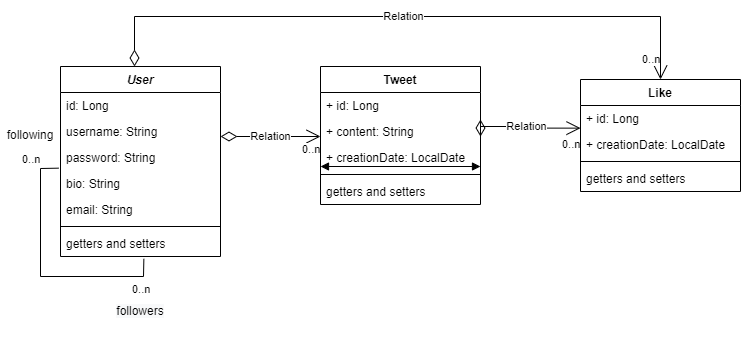
Earlier version of the draw.io export img/twitterClone.drawio.png (oscaru21/twitter-clone). Source tidied: cells renumbered, new cells last; positions are measured from the earlier drawing's top-left corner, leaving out a move shared by most shapes. The source it was exported from:
```xml
<mxGraphModel>
  <root>
    <mxCell id="0" />
    <mxCell id="1" parent="0" />
    <mxCell id="2" value="User" style="swimlane;fontStyle=3;align=center;verticalAlign=top;horizontal=1;startSize=26;rounded=0;shadow=0;strokeWidth=1;" parent="1" vertex="1">
      <mxGeometry x="60" y="50" width="160" height="190" as="geometry" />
    </mxCell>
    <mxCell id="3" value="id: Long" style="text;align=left;verticalAlign=top;spacingLeft=4;spacingRight=4;overflow=hidden;" parent="2" vertex="1">
      <mxGeometry y="26" width="160" height="26" as="geometry" />
    </mxCell>
    <mxCell id="4" value="username: String" style="text;align=left;verticalAlign=top;spacingLeft=4;spacingRight=4;overflow=hidden;" parent="2" vertex="1">
      <mxGeometry y="52" width="160" height="26" as="geometry" />
    </mxCell>
    <mxCell id="5" value="password: String" style="text;align=left;verticalAlign=top;spacingLeft=4;spacingRight=4;overflow=hidden;points=[[0,0.5],[1,0.5]];portConstraint=eastwest;rounded=0;shadow=0;html=0;" parent="2" vertex="1">
      <mxGeometry y="78" width="160" height="26" as="geometry" />
    </mxCell>
    <mxCell id="6" value="bio: String" style="text;align=left;verticalAlign=top;spacingLeft=4;spacingRight=4;overflow=hidden;rounded=0;shadow=0;html=0;" parent="2" vertex="1">
      <mxGeometry y="104" width="160" height="26" as="geometry" />
    </mxCell>
    <mxCell id="7" value="email: String" style="text;align=left;verticalAlign=top;spacingLeft=4;spacingRight=4;overflow=hidden;rounded=0;shadow=0;html=0;" parent="2" vertex="1">
      <mxGeometry y="130" width="160" height="26" as="geometry" />
    </mxCell>
    <mxCell id="8" style="line;html=1;strokeWidth=1;align=left;verticalAlign=middle;spacingTop=-1;spacingLeft=3;spacingRight=3;labelPosition=right;" parent="2" vertex="1">
      <mxGeometry y="156" width="160" height="8" as="geometry" />
    </mxCell>
    <mxCell id="9" value="getters and setters" style="text;align=left;verticalAlign=top;spacingLeft=4;spacingRight=4;overflow=hidden;points=[[0,0.5],[1,0.5]];portConstraint=eastwest;" parent="2" vertex="1">
      <mxGeometry y="164" width="160" height="26" as="geometry" />
    </mxCell>
    <mxCell id="10" style="endArrow=none;startArrow=none;endFill=0;startFill=0;html=1;rounded=0;entryX=0.521;entryY=1.09;entryDx=0;entryDy=0;entryPerimeter=0;exitX=-0.012;exitY=0.91;exitDx=0;exitDy=0;exitPerimeter=0;" parent="2" edge="1" source="5" target="9">
      <mxGeometry relative="1" as="geometry">
        <Array as="points">
          <mxPoint x="-20" y="102" />
          <mxPoint x="-20" y="210" />
          <mxPoint x="83" y="210" />
        </Array>
      </mxGeometry>
    </mxCell>
    <mxCell id="11" value="Tweet" style="swimlane;fontStyle=1;align=center;verticalAlign=top;horizontal=1;startSize=26;" parent="1" vertex="1">
      <mxGeometry x="320" y="50" width="160" height="138" as="geometry" />
    </mxCell>
    <mxCell id="12" value="+ id: Long" style="text;strokeColor=none;fillColor=none;align=left;verticalAlign=top;spacingLeft=4;spacingRight=4;overflow=hidden;" parent="11" vertex="1">
      <mxGeometry y="26" width="160" height="26" as="geometry" />
    </mxCell>
    <mxCell id="13" value="+ content: String&#10;&#10;&lt;span style=&quot;color: rgb(0, 0, 0); font-family: helvetica; font-size: 12px; font-style: normal; font-weight: 400; letter-spacing: normal; text-align: left; text-indent: 0px; text-transform: none; word-spacing: 0px; background-color: rgb(248, 249, 250); display: inline; float: none;&quot;&gt;+ id: Long&lt;/span&gt;&#10;&#10;" style="text;strokeColor=none;fillColor=none;align=left;verticalAlign=top;spacingLeft=4;spacingRight=4;overflow=hidden;" parent="11" vertex="1">
      <mxGeometry y="52" width="160" height="26" as="geometry" />
    </mxCell>
    <mxCell id="14" value="Relation" style="endArrow=open;html=1;endSize=12;startArrow=diamondThin;startSize=14;startFill=0;edgeStyle=orthogonalEdgeStyle;rounded=0;" parent="11" edge="1">
      <mxGeometry relative="1" as="geometry">
        <mxPoint x="-100" y="70" as="sourcePoint" />
        <mxPoint y="70" as="targetPoint" />
      </mxGeometry>
    </mxCell>
    <mxCell id="15" value="0..n" style="edgeLabel;html=1;align=left;verticalAlign=top;" parent="14" vertex="1">
      <mxGeometry x="-1" relative="1" as="geometry">
        <mxPoint x="80" as="offset" />
      </mxGeometry>
    </mxCell>
    <mxCell id="16" value="+ creationDate: LocalDate" style="text;strokeColor=none;fillColor=none;align=left;verticalAlign=top;spacingLeft=4;spacingRight=4;overflow=hidden;" parent="11" vertex="1">
      <mxGeometry y="78" width="160" height="26" as="geometry" />
    </mxCell>
    <mxCell id="17" style="line;strokeWidth=1;fillColor=none;align=left;verticalAlign=middle;spacingTop=-1;spacingLeft=3;spacingRight=3;labelPosition=right;" parent="11" vertex="1">
      <mxGeometry y="104" width="160" height="8" as="geometry" />
    </mxCell>
    <mxCell id="18" value="getters and setters" style="text;align=left;verticalAlign=top;spacingLeft=4;spacingRight=4;overflow=hidden;" parent="11" vertex="1">
      <mxGeometry y="112" width="160" height="26" as="geometry" />
    </mxCell>
    <mxCell id="19" value="Like" style="swimlane;fontStyle=1;align=center;verticalAlign=top;horizontal=1;startSize=26;" parent="1" vertex="1">
      <mxGeometry x="580" y="63" width="160" height="112" as="geometry" />
    </mxCell>
    <mxCell id="20" value="+ id: Long" style="text;strokeColor=none;fillColor=none;align=left;verticalAlign=top;spacingLeft=4;spacingRight=4;overflow=hidden;points=[[0,0.5],[1,0.5]];portConstraint=eastwest;" parent="19" vertex="1">
      <mxGeometry y="26" width="160" height="26" as="geometry" />
    </mxCell>
    <mxCell id="21" value="+ creationDate: LocalDate" style="text;strokeColor=none;fillColor=none;align=left;verticalAlign=top;spacingLeft=4;spacingRight=4;overflow=hidden;" parent="19" vertex="1">
      <mxGeometry y="52" width="160" height="26" as="geometry" />
    </mxCell>
    <mxCell id="22" style="line;strokeWidth=1;fillColor=none;align=left;verticalAlign=middle;spacingTop=-1;spacingLeft=3;spacingRight=3;labelPosition=right;" parent="19" vertex="1">
      <mxGeometry y="78" width="160" height="8" as="geometry" />
    </mxCell>
    <mxCell id="23" value="getters and setters" style="text;align=left;verticalAlign=top;spacingLeft=4;spacingRight=4;overflow=hidden;" parent="19" vertex="1">
      <mxGeometry y="86" width="160" height="26" as="geometry" />
    </mxCell>
    <mxCell id="24" value="Relation" style="endArrow=open;html=1;endSize=12;startArrow=diamondThin;startSize=14;startFill=0;edgeStyle=orthogonalEdgeStyle;rounded=0;entryX=0;entryY=0.871;entryDx=0;entryDy=0;entryPerimeter=0;" parent="1" edge="1" target="20">
      <mxGeometry relative="1" as="geometry">
        <mxPoint x="480" y="120" as="sourcePoint" />
      </mxGeometry>
    </mxCell>
    <mxCell id="25" value="0..n" style="edgeLabel;html=1;align=left;verticalAlign=top;" parent="24" vertex="1">
      <mxGeometry x="-1" relative="1" as="geometry">
        <mxPoint x="80" y="-5" as="offset" />
      </mxGeometry>
    </mxCell>
    <mxCell id="26" value="Relation" style="endArrow=open;html=1;endSize=12;startArrow=diamondThin;startSize=14;startFill=0;edgeStyle=orthogonalEdgeStyle;rounded=0;entryX=0.5;entryY=0;entryDx=0;entryDy=0;" parent="1" edge="1" target="19">
      <mxGeometry relative="1" as="geometry">
        <mxPoint x="134" y="50" as="sourcePoint" />
        <Array as="points">
          <mxPoint x="134" />
          <mxPoint x="660" />
        </Array>
      </mxGeometry>
    </mxCell>
    <mxCell id="27" value="0..n" style="edgeLabel;html=1;align=left;verticalAlign=top;" parent="26" vertex="1">
      <mxGeometry x="-1" relative="1" as="geometry">
        <mxPoint x="506" y="-20" as="offset" />
      </mxGeometry>
    </mxCell>
    <mxCell id="28" style="endArrow=block;startArrow=block;endFill=1;startFill=1;html=1;rounded=0;" parent="1" edge="1">
      <mxGeometry relative="1" as="geometry">
        <mxPoint x="320" y="150" as="sourcePoint" />
        <mxPoint x="480" y="150" as="targetPoint" />
      </mxGeometry>
    </mxCell>
    <mxCell id="29" value="0..n" style="edgeLabel;html=1;align=left;verticalAlign=top;" parent="1" vertex="1">
      <mxGeometry x="130" y="260" as="geometry" />
    </mxCell>
    <mxCell id="30" value="0..n" style="edgeLabel;html=1;align=left;verticalAlign=top;" parent="1" vertex="1">
      <mxGeometry x="20" y="130" as="geometry" />
    </mxCell>
    <mxCell id="31" value="&#10;&#10;&lt;span style=&quot;color: rgb(0, 0, 0); font-family: helvetica; font-size: 12px; font-style: normal; font-weight: 400; letter-spacing: normal; text-align: center; text-indent: 0px; text-transform: none; word-spacing: 0px; background-color: rgb(248, 249, 250); display: inline; float: none;&quot;&gt;followers&lt;/span&gt;&#10;&#10;" style="text;html=1;strokeColor=none;fillColor=none;align=center;verticalAlign=middle;whiteSpace=wrap;rounded=0;" parent="1" vertex="1">
      <mxGeometry x="110" y="280" width="60" height="30" as="geometry" />
    </mxCell>
    <mxCell id="32" value="following" style="text;html=1;strokeColor=none;fillColor=none;align=center;verticalAlign=middle;whiteSpace=wrap;rounded=0;" parent="1" vertex="1">
      <mxGeometry y="104" width="60" height="30" as="geometry" />
    </mxCell>
  </root>
</mxGraphModel>
```
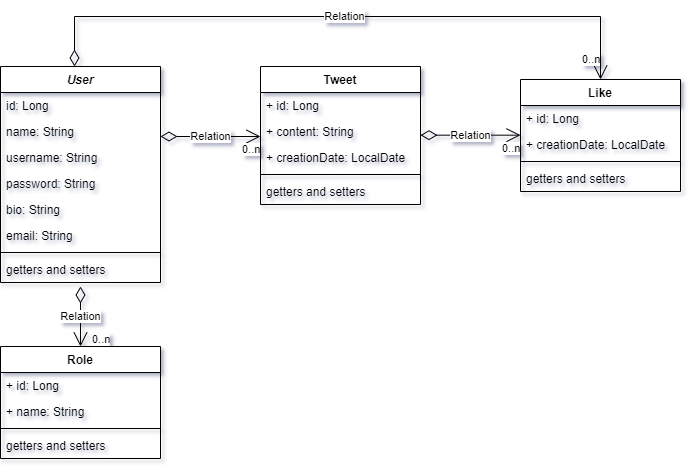
After the change.

What changed in the source:
```diff
@@ -3,38 +3,32 @@
     <mxCell id="0" />
     <mxCell id="1" parent="0" />
     <mxCell id="2" value="User" style="swimlane;fontStyle=3;align=center;verticalAlign=top;horizontal=1;startSize=26;rounded=0;shadow=0;strokeWidth=1;" parent="1" vertex="1">
-      <mxGeometry x="60" y="50" width="160" height="190" as="geometry" />
+      <mxGeometry x="60" y="50" width="160" height="216" as="geometry" />
     </mxCell>
     <mxCell id="3" value="id: Long" style="text;align=left;verticalAlign=top;spacingLeft=4;spacingRight=4;overflow=hidden;" parent="2" vertex="1">
       <mxGeometry y="26" width="160" height="26" as="geometry" />
     </mxCell>
+    <mxCell id="33" value="name: String" style="text;align=left;verticalAlign=top;spacingLeft=4;spacingRight=4;overflow=hidden;" parent="2" vertex="1">
+      <mxGeometry y="52" width="160" height="26" as="geometry" />
+    </mxCell>
     <mxCell id="4" value="username: String" style="text;align=left;verticalAlign=top;spacingLeft=4;spacingRight=4;overflow=hidden;" parent="2" vertex="1">
-      <mxGeometry y="52" width="160" height="26" as="geometry" />
+      <mxGeometry y="78" width="160" height="26" as="geometry" />
     </mxCell>
     <mxCell id="5" value="password: String" style="text;align=left;verticalAlign=top;spacingLeft=4;spacingRight=4;overflow=hidden;points=[[0,0.5],[1,0.5]];portConstraint=eastwest;rounded=0;shadow=0;html=0;" parent="2" vertex="1">
-      <mxGeometry y="78" width="160" height="26" as="geometry" />
+      <mxGeometry y="104" width="160" height="26" as="geometry" />
     </mxCell>
     <mxCell id="6" value="bio: String" style="text;align=left;verticalAlign=top;spacingLeft=4;spacingRight=4;overflow=hidden;rounded=0;shadow=0;html=0;" parent="2" vertex="1">
-      <mxGeometry y="104" width="160" height="26" as="geometry" />
+      <mxGeometry y="130" width="160" height="26" as="geometry" />
     </mxCell>
     <mxCell id="7" value="email: String" style="text;align=left;verticalAlign=top;spacingLeft=4;spacingRight=4;overflow=hidden;rounded=0;shadow=0;html=0;" parent="2" vertex="1">
-      <mxGeometry y="130" width="160" height="26" as="geometry" />
+      <mxGeometry y="156" width="160" height="26" as="geometry" />
     </mxCell>
     <mxCell id="8" style="line;html=1;strokeWidth=1;align=left;verticalAlign=middle;spacingTop=-1;spacingLeft=3;spacingRight=3;labelPosition=right;" parent="2" vertex="1">
-      <mxGeometry y="156" width="160" height="8" as="geometry" />
+      <mxGeometry y="182" width="160" height="8" as="geometry" />
     </mxCell>
     <mxCell id="9" value="getters and setters" style="text;align=left;verticalAlign=top;spacingLeft=4;spacingRight=4;overflow=hidden;points=[[0,0.5],[1,0.5]];portConstraint=eastwest;" parent="2" vertex="1">
-      <mxGeometry y="164" width="160" height="26" as="geometry" />
+      <mxGeometry y="190" width="160" height="26" as="geometry" />
     </mxCell>
-    <mxCell id="10" style="endArrow=none;startArrow=none;endFill=0;startFill=0;html=1;rounded=0;entryX=0.521;entryY=1.09;entryDx=0;entryDy=0;entryPerimeter=0;exitX=-0.012;exitY=0.91;exitDx=0;exitDy=0;exitPerimeter=0;" parent="2" edge="1" source="5" target="9">
-      <mxGeometry relative="1" as="geometry">
-        <Array as="points">
-          <mxPoint x="-20" y="102" />
-          <mxPoint x="-20" y="210" />
-          <mxPoint x="83" y="210" />
-        </Array>
-      </mxGeometry>
-    </mxCell>
     <mxCell id="11" value="Tweet" style="swimlane;fontStyle=1;align=center;verticalAlign=top;horizontal=1;startSize=26;" parent="1" vertex="1">
       <mxGeometry x="320" y="50" width="160" height="138" as="geometry" />
     </mxCell>
@@ -79,16 +73,6 @@
     <mxCell id="23" value="getters and setters" style="text;align=left;verticalAlign=top;spacingLeft=4;spacingRight=4;overflow=hidden;" parent="19" vertex="1">
       <mxGeometry y="86" width="160" height="26" as="geometry" />
     </mxCell>
-    <mxCell id="24" value="Relation" style="endArrow=open;html=1;endSize=12;startArrow=diamondThin;startSize=14;startFill=0;edgeStyle=orthogonalEdgeStyle;rounded=0;entryX=0;entryY=0.871;entryDx=0;entryDy=0;entryPerimeter=0;" parent="1" edge="1" target="20">
-      <mxGeometry relative="1" as="geometry">
-        <mxPoint x="480" y="120" as="sourcePoint" />
-      </mxGeometry>
-    </mxCell>
-    <mxCell id="25" value="0..n" style="edgeLabel;html=1;align=left;verticalAlign=top;" parent="24" vertex="1">
-      <mxGeometry x="-1" relative="1" as="geometry">
-        <mxPoint x="80" y="-5" as="offset" />
-      </mxGeometry>
-    </mxCell>
     <mxCell id="26" value="Relation" style="endArrow=open;html=1;endSize=12;startArrow=diamondThin;startSize=14;startFill=0;edgeStyle=orthogonalEdgeStyle;rounded=0;entryX=0.5;entryY=0;entryDx=0;entryDy=0;" parent="1" edge="1" target="19">
       <mxGeometry relative="1" as="geometry">
         <mxPoint x="134" y="50" as="sourcePoint" />
@@ -103,23 +87,41 @@
         <mxPoint x="506" y="-20" as="offset" />
       </mxGeometry>
     </mxCell>
-    <mxCell id="28" style="endArrow=block;startArrow=block;endFill=1;startFill=1;html=1;rounded=0;" parent="1" edge="1">
-      <mxGeometry relative="1" as="geometry">
-        <mxPoint x="320" y="150" as="sourcePoint" />
-        <mxPoint x="480" y="150" as="targetPoint" />
-      </mxGeometry>
-    </mxCell>
-    <mxCell id="29" value="0..n" style="edgeLabel;html=1;align=left;verticalAlign=top;" parent="1" vertex="1">
-      <mxGeometry x="130" y="260" as="geometry" />
-    </mxCell>
-    <mxCell id="30" value="0..n" style="edgeLabel;html=1;align=left;verticalAlign=top;" parent="1" vertex="1">
-      <mxGeometry x="20" y="130" as="geometry" />
-    </mxCell>
-    <mxCell id="31" value="&#10;&#10;&lt;span style=&quot;color: rgb(0, 0, 0); font-family: helvetica; font-size: 12px; font-style: normal; font-weight: 400; letter-spacing: normal; text-align: center; text-indent: 0px; text-transform: none; word-spacing: 0px; background-color: rgb(248, 249, 250); display: inline; float: none;&quot;&gt;followers&lt;/span&gt;&#10;&#10;" style="text;html=1;strokeColor=none;fillColor=none;align=center;verticalAlign=middle;whiteSpace=wrap;rounded=0;" parent="1" vertex="1">
-      <mxGeometry x="110" y="280" width="60" height="30" as="geometry" />
-    </mxCell>
-    <mxCell id="32" value="following" style="text;html=1;strokeColor=none;fillColor=none;align=center;verticalAlign=middle;whiteSpace=wrap;rounded=0;" parent="1" vertex="1">
-      <mxGeometry y="104" width="60" height="30" as="geometry" />
-    </mxCell>
+    <mxCell id="34" value="Relation" style="endArrow=open;html=1;endSize=12;startArrow=diamondThin;startSize=14;startFill=0;edgeStyle=orthogonalEdgeStyle;rounded=0;" parent="1" edge="1">
+      <mxGeometry relative="1" as="geometry">
+        <mxPoint x="480" y="118.7" as="sourcePoint" />
+        <mxPoint x="580" y="118.7" as="targetPoint" />
+      </mxGeometry>
+    </mxCell>
+    <mxCell id="35" value="0..n" style="edgeLabel;html=1;align=left;verticalAlign=top;" parent="34" vertex="1">
+      <mxGeometry x="-1" relative="1" as="geometry">
+        <mxPoint x="80" as="offset" />
+      </mxGeometry>
+    </mxCell>
+    <mxCell id="36" value="Role" style="swimlane;fontStyle=1;align=center;verticalAlign=top;horizontal=1;startSize=26;" parent="1" vertex="1">
+      <mxGeometry x="60" y="330" width="160" height="112" as="geometry" />
+    </mxCell>
+    <mxCell id="37" value="+ id: Long" style="text;strokeColor=none;fillColor=none;align=left;verticalAlign=top;spacingLeft=4;spacingRight=4;overflow=hidden;" parent="36" vertex="1">
+      <mxGeometry y="26" width="160" height="26" as="geometry" />
+    </mxCell>
+    <mxCell id="38" value="+ name: String" style="text;strokeColor=none;fillColor=none;align=left;verticalAlign=top;spacingLeft=4;spacingRight=4;overflow=hidden;" parent="36" vertex="1">
+      <mxGeometry y="52" width="160" height="26" as="geometry" />
+    </mxCell>
+    <mxCell id="39" style="line;strokeWidth=1;fillColor=none;align=left;verticalAlign=middle;spacingTop=-1;spacingLeft=3;spacingRight=3;labelPosition=right;" parent="36" vertex="1">
+      <mxGeometry y="78" width="160" height="8" as="geometry" />
+    </mxCell>
+    <mxCell id="40" value="getters and setters" style="text;align=left;verticalAlign=top;spacingLeft=4;spacingRight=4;overflow=hidden;" parent="36" vertex="1">
+      <mxGeometry y="86" width="160" height="26" as="geometry" />
+    </mxCell>
+    <mxCell id="41" value="Relation" style="endArrow=open;html=1;endSize=12;startArrow=diamondThin;startSize=14;startFill=0;edgeStyle=orthogonalEdgeStyle;rounded=0;entryX=0.5;entryY=0;entryDx=0;entryDy=0;" parent="1" edge="1" target="36">
+      <mxGeometry relative="1" as="geometry">
+        <mxPoint x="140" y="270" as="sourcePoint" />
+      </mxGeometry>
+    </mxCell>
+    <mxCell id="42" value="0..n" style="edgeLabel;html=1;align=left;verticalAlign=top;" parent="41" vertex="1">
+      <mxGeometry x="-1" relative="1" as="geometry">
+        <mxPoint x="10" y="40" as="offset" />
+      </mxGeometry>
+    </mxCell>
   </root>
 </mxGraphModel>
```
